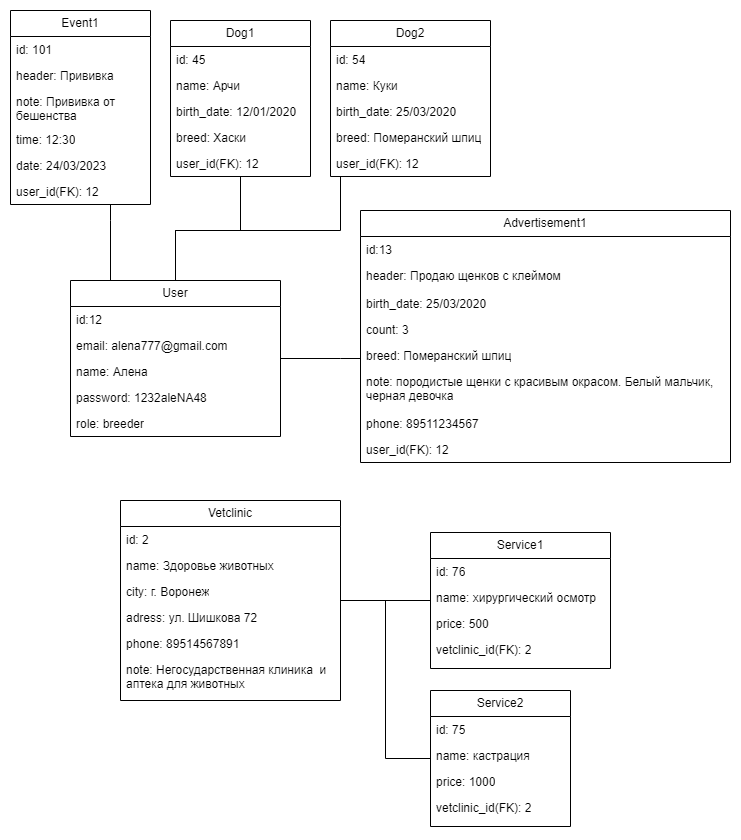
polyafedosova/TP-5.2-5 keeps this draw.io diagram as Documentation/Diagrams/Диаграмма объектов (Object diagram)/Диаграмма объектов (Object).drawio.png. Above is the earlier version. Source tidied: cells renumbered, new cells last; positions are measured from the earlier drawing's top-left corner, leaving out a move shared by most shapes.
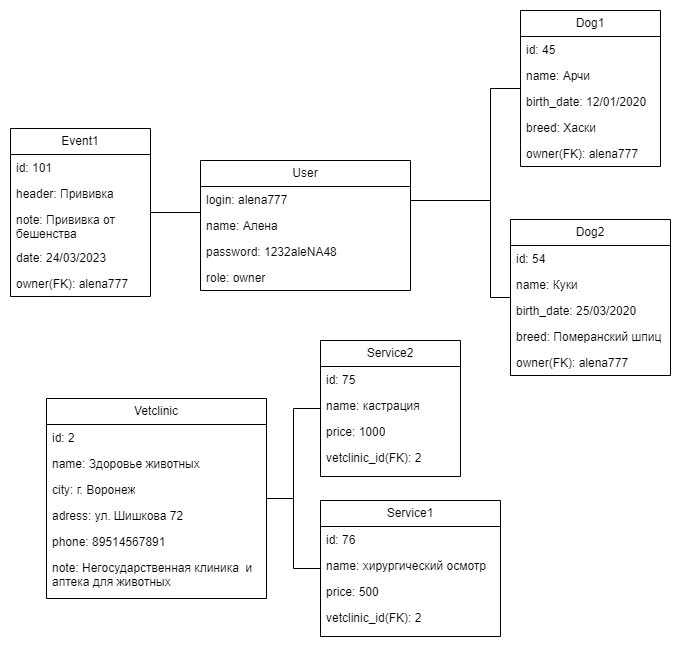
After the commit.

What changed in the source:
```diff
@@ -3,7 +3,7 @@
     <mxCell id="0" />
     <mxCell id="1" parent="0" />
     <mxCell id="2" value="Vetclinic" style="swimlane;fontStyle=0;horizontal=1;startSize=26;fillColor=none;whiteSpace=wrap;html=1;" parent="1" vertex="1">
-      <mxGeometry x="110" y="490" width="220" height="200" as="geometry" />
+      <mxGeometry x="80" y="288" width="220" height="200" as="geometry" />
     </mxCell>
     <mxCell id="3" value="id: 2" style="text;strokeColor=none;fillColor=none;align=left;verticalAlign=top;spacingLeft=4;spacingRight=4;overflow=hidden;whiteSpace=wrap;html=1;" parent="2" vertex="1">
       <mxGeometry y="26" width="220" height="26" as="geometry" />
@@ -27,7 +27,7 @@
       <mxGeometry relative="1" as="geometry" />
     </mxCell>
     <mxCell id="10" value="Service2" style="swimlane;fontStyle=0;horizontal=1;startSize=26;fillColor=none;whiteSpace=wrap;html=1;" parent="1" vertex="1">
-      <mxGeometry x="420" y="680" width="140" height="136" as="geometry" />
+      <mxGeometry x="354" y="230" width="140" height="136" as="geometry" />
     </mxCell>
     <mxCell id="11" value="id: 75" style="text;strokeColor=none;fillColor=none;align=left;verticalAlign=top;spacingLeft=4;spacingRight=4;overflow=hidden;whiteSpace=wrap;html=1;" parent="10" vertex="1">
       <mxGeometry y="26" width="140" height="26" as="geometry" />
@@ -41,51 +41,16 @@
     <mxCell id="14" value="vetclinic_id(FK): 2" style="text;strokeColor=none;fillColor=none;align=left;verticalAlign=top;spacingLeft=4;spacingRight=4;overflow=hidden;whiteSpace=wrap;html=1;" parent="10" vertex="1">
       <mxGeometry y="104" width="140" height="32" as="geometry" />
     </mxCell>
-    <mxCell id="15" style="edgeStyle=orthogonalEdgeStyle;rounded=0;jettySize=auto;html=1;fontSize=12;startSize=8;endSize=8;endArrow=none;endFill=0;" parent="1" edge="1" source="16" target="33">
-      <mxGeometry relative="1" as="geometry">
-        <Array as="points">
-          <mxPoint x="330" y="348" />
-          <mxPoint x="330" y="348" />
-        </Array>
-      </mxGeometry>
-    </mxCell>
-    <mxCell id="16" value="Advertisement1" style="swimlane;fontStyle=0;horizontal=1;startSize=26;fillColor=none;whiteSpace=wrap;html=1;" parent="1" vertex="1">
-      <mxGeometry x="350" y="200" width="370" height="252" as="geometry" />
-    </mxCell>
-    <mxCell id="17" value="id:13" style="text;strokeColor=none;fillColor=none;align=left;verticalAlign=top;spacingLeft=4;spacingRight=4;overflow=hidden;whiteSpace=wrap;html=1;" parent="16" vertex="1">
-      <mxGeometry y="26" width="370" height="26" as="geometry" />
-    </mxCell>
-    <mxCell id="18" value="header: Продаю щенков с клеймом" style="text;strokeColor=none;fillColor=none;align=left;verticalAlign=top;spacingLeft=4;spacingRight=4;overflow=hidden;whiteSpace=wrap;html=1;" parent="16" vertex="1">
-      <mxGeometry y="52" width="370" height="28" as="geometry" />
-    </mxCell>
-    <mxCell id="19" value="birth_date: 25/03/2020" style="text;strokeColor=none;fillColor=none;align=left;verticalAlign=top;spacingLeft=4;spacingRight=4;overflow=hidden;whiteSpace=wrap;html=1;" parent="16" vertex="1">
-      <mxGeometry y="80" width="370" height="26" as="geometry" />
-    </mxCell>
-    <mxCell id="20" value="count: 3" style="text;strokeColor=none;fillColor=none;align=left;verticalAlign=top;spacingLeft=4;spacingRight=4;overflow=hidden;whiteSpace=wrap;html=1;" parent="16" vertex="1">
-      <mxGeometry y="106" width="370" height="26" as="geometry" />
-    </mxCell>
-    <mxCell id="21" value="breed: Померанский шпиц" style="text;strokeColor=none;fillColor=none;align=left;verticalAlign=top;spacingLeft=4;spacingRight=4;overflow=hidden;whiteSpace=wrap;html=1;" parent="16" vertex="1">
-      <mxGeometry y="132" width="370" height="26" as="geometry" />
-    </mxCell>
-    <mxCell id="22" value="note: породистые щенки с красивым окрасом. Белый мальчик, черная девочка" style="text;strokeColor=none;fillColor=none;align=left;verticalAlign=top;spacingLeft=4;spacingRight=4;overflow=hidden;whiteSpace=wrap;html=1;" parent="16" vertex="1">
-      <mxGeometry y="158" width="370" height="42" as="geometry" />
-    </mxCell>
-    <mxCell id="23" value="phone: 89511234567" style="text;strokeColor=none;fillColor=none;align=left;verticalAlign=top;spacingLeft=4;spacingRight=4;overflow=hidden;whiteSpace=wrap;html=1;" parent="16" vertex="1">
-      <mxGeometry y="200" width="370" height="26" as="geometry" />
-    </mxCell>
-    <mxCell id="24" value="user_id(FK): 12" style="text;strokeColor=none;fillColor=none;align=left;verticalAlign=top;spacingLeft=4;spacingRight=4;overflow=hidden;whiteSpace=wrap;html=1;" parent="16" vertex="1">
-      <mxGeometry y="226" width="370" height="26" as="geometry" />
-    </mxCell>
     <mxCell id="25" style="edgeStyle=orthogonalEdgeStyle;rounded=0;jettySize=auto;html=1;fontSize=12;startSize=8;endSize=8;endArrow=none;endFill=0;" parent="1" edge="1" source="26" target="33">
       <mxGeometry relative="1" as="geometry">
         <Array as="points">
-          <mxPoint x="100" y="210" />
-          <mxPoint x="100" y="210" />
+          <mxPoint x="149" y="60" />
+          <mxPoint x="149" y="60" />
         </Array>
       </mxGeometry>
     </mxCell>
     <mxCell id="26" value="Event1" style="swimlane;fontStyle=0;horizontal=1;startSize=26;fillColor=none;whiteSpace=wrap;html=1;" parent="1" vertex="1">
-      <mxGeometry width="140" height="194" as="geometry" />
+      <mxGeometry x="44" y="18" width="140" height="168" as="geometry" />
     </mxCell>
     <mxCell id="27" value="id: 101" style="text;strokeColor=none;fillColor=none;align=left;verticalAlign=top;spacingLeft=4;spacingRight=4;overflow=hidden;whiteSpace=wrap;html=1;" parent="26" vertex="1">
       <mxGeometry y="26" width="140" height="26" as="geometry" />
@@ -96,43 +61,37 @@
     <mxCell id="29" value="note: Прививка от бешенства" style="text;strokeColor=none;fillColor=none;align=left;verticalAlign=top;spacingLeft=4;spacingRight=4;overflow=hidden;whiteSpace=wrap;html=1;" parent="26" vertex="1">
       <mxGeometry y="78" width="140" height="38" as="geometry" />
     </mxCell>
-    <mxCell id="30" value="time: 12:30" style="text;strokeColor=none;fillColor=none;align=left;verticalAlign=top;spacingLeft=4;spacingRight=4;overflow=hidden;whiteSpace=wrap;html=1;" parent="26" vertex="1">
-      <mxGeometry y="116" width="140" height="26" as="geometry" />
-    </mxCell>
     <mxCell id="31" value="date: 24/03/2023" style="text;strokeColor=none;fillColor=none;align=left;verticalAlign=top;spacingLeft=4;spacingRight=4;overflow=hidden;whiteSpace=wrap;html=1;" parent="26" vertex="1">
-      <mxGeometry y="142" width="140" height="26" as="geometry" />
+      <mxGeometry y="116" width="140" height="26" as="geometry" />
     </mxCell>
-    <mxCell id="32" value="user_id(FK): 12" style="text;strokeColor=none;fillColor=none;align=left;verticalAlign=top;spacingLeft=4;spacingRight=4;overflow=hidden;whiteSpace=wrap;html=1;" parent="26" vertex="1">
-      <mxGeometry y="168" width="140" height="26" as="geometry" />
+    <mxCell id="32" value="owner(FK): alena777" style="text;strokeColor=none;fillColor=none;align=left;verticalAlign=top;spacingLeft=4;spacingRight=4;overflow=hidden;whiteSpace=wrap;html=1;" parent="26" vertex="1">
+      <mxGeometry y="142" width="140" height="26" as="geometry" />
     </mxCell>
     <mxCell id="33" value="User" style="swimlane;fontStyle=0;horizontal=1;startSize=26;fillColor=none;whiteSpace=wrap;html=1;" parent="1" vertex="1">
-      <mxGeometry x="60" y="270" width="210" height="156" as="geometry" />
+      <mxGeometry x="234" y="50" width="210" height="130" as="geometry" />
     </mxCell>
-    <mxCell id="34" value="id:12" style="text;strokeColor=none;fillColor=none;align=left;verticalAlign=top;spacingLeft=4;spacingRight=4;overflow=hidden;whiteSpace=wrap;html=1;" parent="33" vertex="1">
-      <mxGeometry y="26" width="210" height="26" as="geometry" />
-    </mxCell>
-    <mxCell id="35" value="email: alena777@gmail.com" style="text;strokeColor=none;fillColor=none;align=left;verticalAlign=top;spacingLeft=4;spacingRight=4;overflow=hidden;whiteSpace=wrap;html=1;" parent="33" vertex="1">
-      <mxGeometry y="52" width="210" height="26" as="geometry" />
+    <mxCell id="35" value="login: alena777" style="text;strokeColor=none;fillColor=none;align=left;verticalAlign=top;spacingLeft=4;spacingRight=4;overflow=hidden;whiteSpace=wrap;html=1;" parent="33" vertex="1">
+      <mxGeometry y="26" width="210" height="26" as="geometry" />
     </mxCell>
     <mxCell id="36" value="name: Алена" style="text;strokeColor=none;fillColor=none;align=left;verticalAlign=top;spacingLeft=4;spacingRight=4;overflow=hidden;whiteSpace=wrap;html=1;" parent="33" vertex="1">
-      <mxGeometry y="78" width="210" height="26" as="geometry" />
+      <mxGeometry y="52" width="210" height="26" as="geometry" />
     </mxCell>
     <mxCell id="37" value="password: 1232aleNA48" style="text;strokeColor=none;fillColor=none;align=left;verticalAlign=top;spacingLeft=4;spacingRight=4;overflow=hidden;whiteSpace=wrap;html=1;" parent="33" vertex="1">
-      <mxGeometry y="104" width="210" height="26" as="geometry" />
+      <mxGeometry y="78" width="210" height="26" as="geometry" />
     </mxCell>
-    <mxCell id="38" value="role:&amp;nbsp;breeder" style="text;strokeColor=none;fillColor=none;align=left;verticalAlign=top;spacingLeft=4;spacingRight=4;overflow=hidden;whiteSpace=wrap;html=1;" parent="33" vertex="1">
-      <mxGeometry y="130" width="210" height="26" as="geometry" />
+    <mxCell id="38" value="role: owner" style="text;strokeColor=none;fillColor=none;align=left;verticalAlign=top;spacingLeft=4;spacingRight=4;overflow=hidden;whiteSpace=wrap;html=1;" parent="33" vertex="1">
+      <mxGeometry y="104" width="210" height="26" as="geometry" />
     </mxCell>
     <mxCell id="39" style="edgeStyle=orthogonalEdgeStyle;rounded=0;jettySize=auto;html=1;fontSize=12;startSize=8;endSize=8;endArrow=none;endFill=0;" parent="1" edge="1" source="40" target="33">
       <mxGeometry relative="1" as="geometry">
         <Array as="points">
-          <mxPoint x="230" y="220" />
-          <mxPoint x="165" y="220" />
+          <mxPoint x="524" y="-22" />
+          <mxPoint x="524" y="90" />
         </Array>
       </mxGeometry>
     </mxCell>
     <mxCell id="40" value="Dog1" style="swimlane;fontStyle=0;horizontal=1;startSize=26;fillColor=none;whiteSpace=wrap;html=1;" parent="1" vertex="1">
-      <mxGeometry x="160" y="10" width="140" height="156" as="geometry" />
+      <mxGeometry x="554" y="-100" width="140" height="156" as="geometry" />
     </mxCell>
     <mxCell id="41" value="id: 45" style="text;strokeColor=none;fillColor=none;align=left;verticalAlign=top;spacingLeft=4;spacingRight=4;overflow=hidden;whiteSpace=wrap;html=1;" parent="40" vertex="1">
       <mxGeometry y="26" width="140" height="26" as="geometry" />
@@ -146,19 +105,19 @@
     <mxCell id="44" value="breed: Хаски" style="text;strokeColor=none;fillColor=none;align=left;verticalAlign=top;spacingLeft=4;spacingRight=4;overflow=hidden;whiteSpace=wrap;html=1;" parent="40" vertex="1">
       <mxGeometry y="104" width="140" height="26" as="geometry" />
     </mxCell>
-    <mxCell id="45" value="user_id(FK): 12" style="text;strokeColor=none;fillColor=none;align=left;verticalAlign=top;spacingLeft=4;spacingRight=4;overflow=hidden;whiteSpace=wrap;html=1;" parent="40" vertex="1">
+    <mxCell id="45" value="owner(FK): alena777" style="text;strokeColor=none;fillColor=none;align=left;verticalAlign=top;spacingLeft=4;spacingRight=4;overflow=hidden;whiteSpace=wrap;html=1;" parent="40" vertex="1">
       <mxGeometry y="130" width="140" height="26" as="geometry" />
     </mxCell>
     <mxCell id="46" style="edgeStyle=orthogonalEdgeStyle;rounded=0;jettySize=auto;html=1;fontSize=12;startSize=8;endSize=8;endArrow=none;endFill=0;" parent="1" edge="1" source="47" target="33">
       <mxGeometry relative="1" as="geometry">
         <Array as="points">
-          <mxPoint x="330" y="220" />
-          <mxPoint x="165" y="220" />
+          <mxPoint x="524" y="187" />
+          <mxPoint x="524" y="90" />
         </Array>
       </mxGeometry>
     </mxCell>
     <mxCell id="47" value="Dog2" style="swimlane;fontStyle=0;horizontal=1;startSize=26;fillColor=none;whiteSpace=wrap;html=1;" parent="1" vertex="1">
-      <mxGeometry x="320" y="10" width="160" height="156" as="geometry" />
+      <mxGeometry x="544" y="109" width="160" height="156" as="geometry" />
     </mxCell>
     <mxCell id="48" value="id: 54" style="text;strokeColor=none;fillColor=none;align=left;verticalAlign=top;spacingLeft=4;spacingRight=4;overflow=hidden;whiteSpace=wrap;html=1;" parent="47" vertex="1">
       <mxGeometry y="26" width="160" height="26" as="geometry" />
@@ -172,14 +131,14 @@
     <mxCell id="51" value="breed: Померанский шпиц" style="text;strokeColor=none;fillColor=none;align=left;verticalAlign=top;spacingLeft=4;spacingRight=4;overflow=hidden;whiteSpace=wrap;html=1;" parent="47" vertex="1">
       <mxGeometry y="104" width="160" height="26" as="geometry" />
     </mxCell>
-    <mxCell id="52" value="user_id(FK): 12" style="text;strokeColor=none;fillColor=none;align=left;verticalAlign=top;spacingLeft=4;spacingRight=4;overflow=hidden;whiteSpace=wrap;html=1;" parent="47" vertex="1">
+    <mxCell id="52" value="owner(FK): alena777" style="text;strokeColor=none;fillColor=none;align=left;verticalAlign=top;spacingLeft=4;spacingRight=4;overflow=hidden;whiteSpace=wrap;html=1;" parent="47" vertex="1">
       <mxGeometry y="130" width="160" height="26" as="geometry" />
     </mxCell>
     <mxCell id="53" style="edgeStyle=orthogonalEdgeStyle;rounded=0;jettySize=auto;html=1;fontSize=12;startSize=8;endSize=8;endArrow=none;endFill=0;" parent="1" edge="1" source="54" target="2">
       <mxGeometry relative="1" as="geometry" />
     </mxCell>
     <mxCell id="54" value="Service1" style="swimlane;fontStyle=0;horizontal=1;startSize=26;fillColor=none;whiteSpace=wrap;html=1;" parent="1" vertex="1">
-      <mxGeometry x="420" y="522" width="180" height="136" as="geometry" />
+      <mxGeometry x="354" y="390" width="180" height="136" as="geometry" />
     </mxCell>
     <mxCell id="55" value="id: 76" style="text;strokeColor=none;fillColor=none;align=left;verticalAlign=top;spacingLeft=4;spacingRight=4;overflow=hidden;whiteSpace=wrap;html=1;" parent="54" vertex="1">
       <mxGeometry y="26" width="180" height="26" as="geometry" />
```
